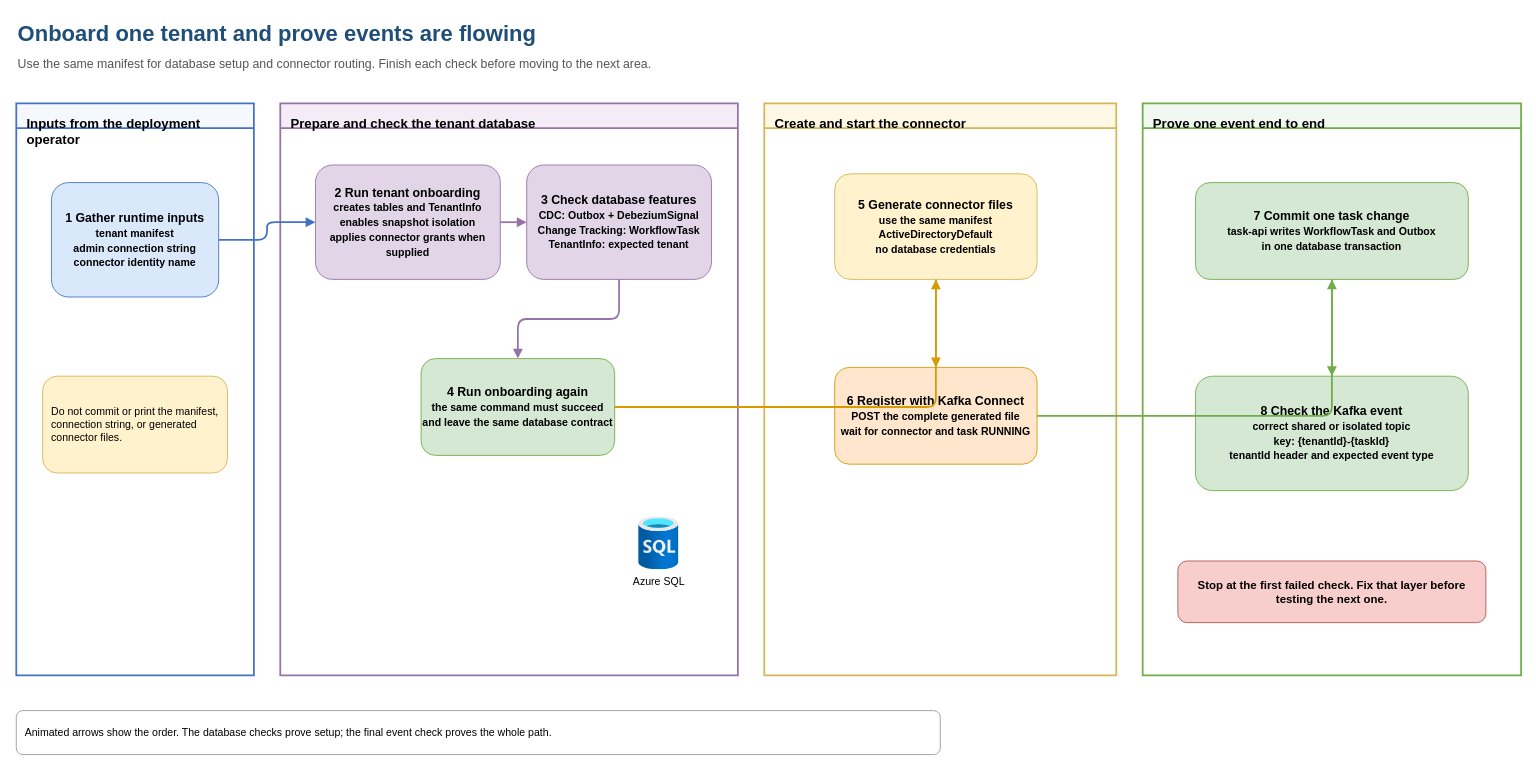
collaborationwithothers/cdc-platform-azure keeps this draw.io diagram as docs/diagrams/tenant-onboarding.drawio. Above is the earlier version. Source tidied: cells renumbered, new cells numbered last; positions are measured from the earlier drawing's top-left corner, leaving out a move shared by most shapes. Both pictures are drawn from the tidied source at 88%, with x=0, y=0 at pixel (16, 15).
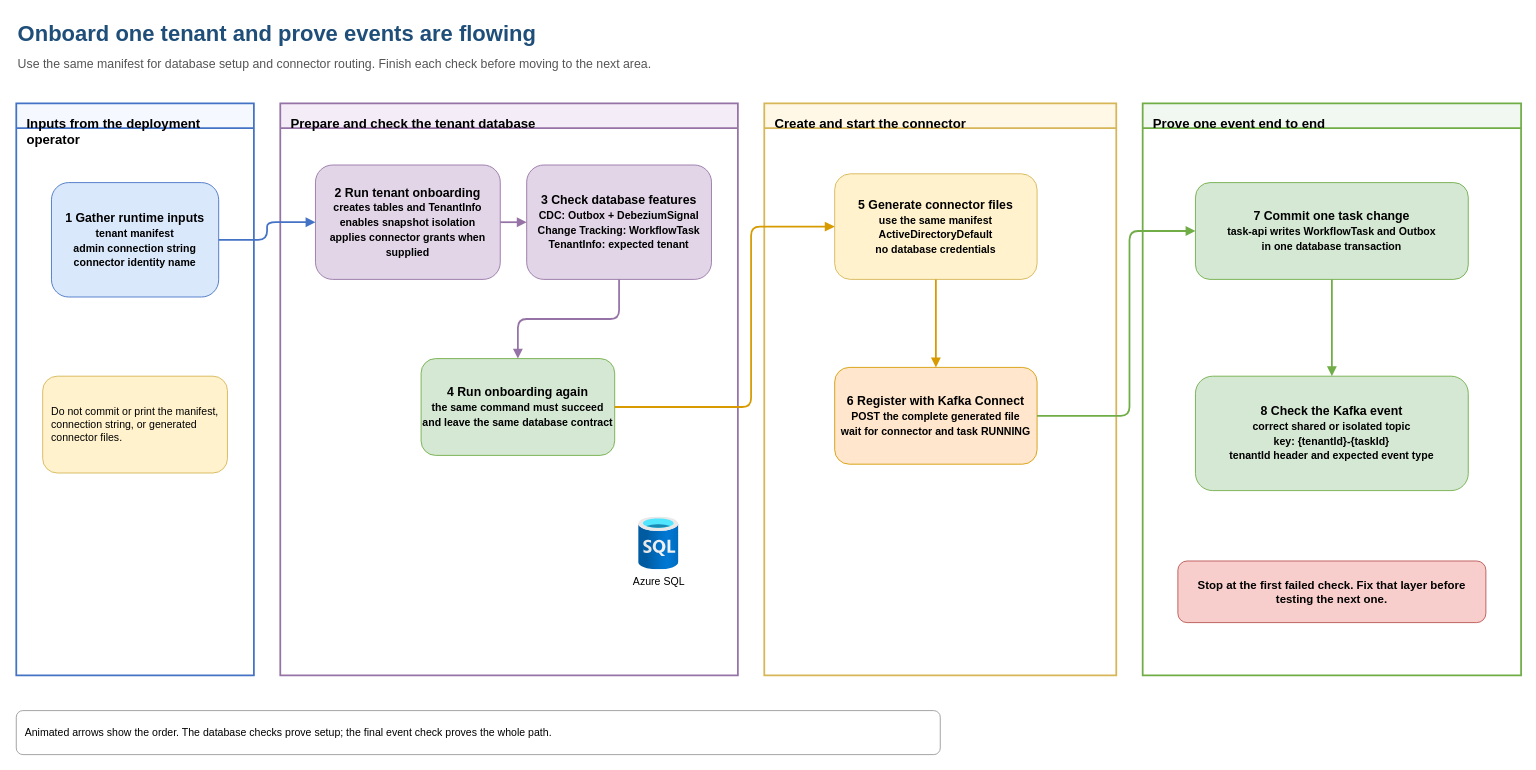
Above is the later version.

The change refers to these unchanged cells:
```xml
<mxCell id="12" value="4 Run onboarding again&lt;br&gt;&lt;font style=&quot;font-size:12px&quot;&gt;the same command must succeed&lt;br&gt;and leave the same database contract&lt;/font&gt;" style="rounded=1;whiteSpace=wrap;html=1;fillColor=#d5e8d4;strokeColor=#70ad47;fontSize=14;fontStyle=1;" parent="1" vertex="1">
  <mxGeometry x="460" y="390" width="220" height="110" as="geometry" />
</mxCell>
<mxCell id="14" value="5 Generate connector files&lt;br&gt;&lt;font style=&quot;font-size:12px&quot;&gt;use the same manifest&lt;br&gt;ActiveDirectoryDefault&lt;br&gt;no database credentials&lt;/font&gt;" style="rounded=1;whiteSpace=wrap;html=1;fillColor=#fff2cc;strokeColor=#d6b656;fontSize=14;fontStyle=1;" parent="1" vertex="1">
  <mxGeometry x="930" y="180" width="230" height="120" as="geometry" />
</mxCell>
<mxCell id="15" value="6 Register with Kafka Connect&lt;br&gt;&lt;font style=&quot;font-size:12px&quot;&gt;POST the complete generated file&lt;br&gt;wait for connector and task RUNNING&lt;/font&gt;" style="rounded=1;whiteSpace=wrap;html=1;fillColor=#ffe6cc;strokeColor=#d79b00;fontSize=14;fontStyle=1;" parent="1" vertex="1">
  <mxGeometry x="930" y="400" width="230" height="110" as="geometry" />
</mxCell>
<mxCell id="16" value="7 Commit one task change&lt;br&gt;&lt;font style=&quot;font-size:12px&quot;&gt;task-api writes WorkflowTask and Outbox&lt;br&gt;in one database transaction&lt;/font&gt;" style="rounded=1;whiteSpace=wrap;html=1;fillColor=#d5e8d4;strokeColor=#70ad47;fontSize=14;fontStyle=1;" parent="1" vertex="1">
  <mxGeometry x="1340" y="190" width="310" height="110" as="geometry" />
</mxCell>
<mxCell id="17" value="8 Check the Kafka event&lt;br&gt;&lt;font style=&quot;font-size:12px&quot;&gt;correct shared or isolated topic&lt;br&gt;key: {tenantId}-{taskId}&lt;br&gt;tenantId header and expected event type&lt;/font&gt;" style="rounded=1;whiteSpace=wrap;html=1;fillColor=#d5e8d4;strokeColor=#70ad47;fontSize=14;fontStyle=1;" parent="1" vertex="1">
  <mxGeometry x="1340" y="410" width="310" height="130" as="geometry" />
</mxCell>
```

What changed in the source:
```diff
@@
-    <mxCell id="22" style="edgeStyle=orthogonalEdgeStyle;rounded=1;html=1;strokeColor=#d79b00;strokeWidth=2;endArrow=block;flowAnimation=1;" parent="1" edge="1" source="12" target="14">
-      <mxGeometry relative="1" as="geometry" />
+    <mxCell id="22" style="edgeStyle=orthogonalEdgeStyle;rounded=1;html=1;strokeColor=#d79b00;strokeWidth=2;endArrow=block;flowAnimation=1;exitX=1;exitY=0.5;entryX=0;entryY=0.5;exitX=1.0;exitY=0.5;exitDx=0;exitDy=0;exitPerimeter=0;entryX=0.0;entryY=0.5;entryDx=0;entryDy=0;entryPerimeter=0;" parent="1" edge="1" source="12" target="14">
+      <mxGeometry relative="1" as="geometry">
+        <Array as="points">
+          <mxPoint x="835" y="445" />
+          <mxPoint x="835" y="240" />
+        </Array>
+      </mxGeometry>
     </mxCell>
-    <mxCell id="23" style="edgeStyle=orthogonalEdgeStyle;rounded=1;html=1;strokeColor=#d79b00;strokeWidth=2;endArrow=block;flowAnimation=1;" parent="1" edge="1" source="14" target="15">
+    <mxCell id="23" style="edgeStyle=orthogonalEdgeStyle;rounded=1;html=1;strokeColor=#d79b00;strokeWidth=2;endArrow=block;flowAnimation=1;exitX=0.5;exitY=1;entryX=0.5;entryY=0;exitX=0.5;exitY=1.0;exitDx=0;exitDy=0;exitPerimeter=0;entryX=0.5;entryY=0.0;entryDx=0;entryDy=0;entryPerimeter=0;" parent="1" edge="1" source="14" target="15">
       <mxGeometry relative="1" as="geometry" />
     </mxCell>
-    <mxCell id="24" style="edgeStyle=orthogonalEdgeStyle;rounded=1;html=1;strokeColor=#70ad47;strokeWidth=2;endArrow=block;flowAnimation=1;" parent="1" edge="1" source="15" target="16">
-      <mxGeometry relative="1" as="geometry" />
+    <mxCell id="24" style="edgeStyle=orthogonalEdgeStyle;rounded=1;html=1;strokeColor=#70ad47;strokeWidth=2;endArrow=block;flowAnimation=1;exitX=1;exitY=0.5;entryX=0;entryY=0.5;exitX=1.0;exitY=0.5;exitDx=0;exitDy=0;exitPerimeter=0;entryX=0.0;entryY=0.5;entryDx=0;entryDy=0;entryPerimeter=0;" parent="1" edge="1" source="15" target="16">
+      <mxGeometry relative="1" as="geometry">
+        <Array as="points">
+          <mxPoint x="1265" y="455" />
+          <mxPoint x="1265" y="245" />
+        </Array>
+      </mxGeometry>
     </mxCell>
-    <mxCell id="25" style="edgeStyle=orthogonalEdgeStyle;rounded=1;html=1;strokeColor=#70ad47;strokeWidth=2;endArrow=block;flowAnimation=1;" parent="1" edge="1" source="16" target="17">
+    <mxCell id="25" style="edgeStyle=orthogonalEdgeStyle;rounded=1;html=1;strokeColor=#70ad47;strokeWidth=2;endArrow=block;flowAnimation=1;exitX=0.5;exitY=1;entryX=0.5;entryY=0;exitX=0.5;exitY=1.0;exitDx=0;exitDy=0;exitPerimeter=0;entryX=0.5;entryY=0.0;entryDx=0;entryDy=0;entryPerimeter=0;" parent="1" edge="1" source="16" target="17">
       <mxGeometry relative="1" as="geometry" />
     </mxCell>
```
